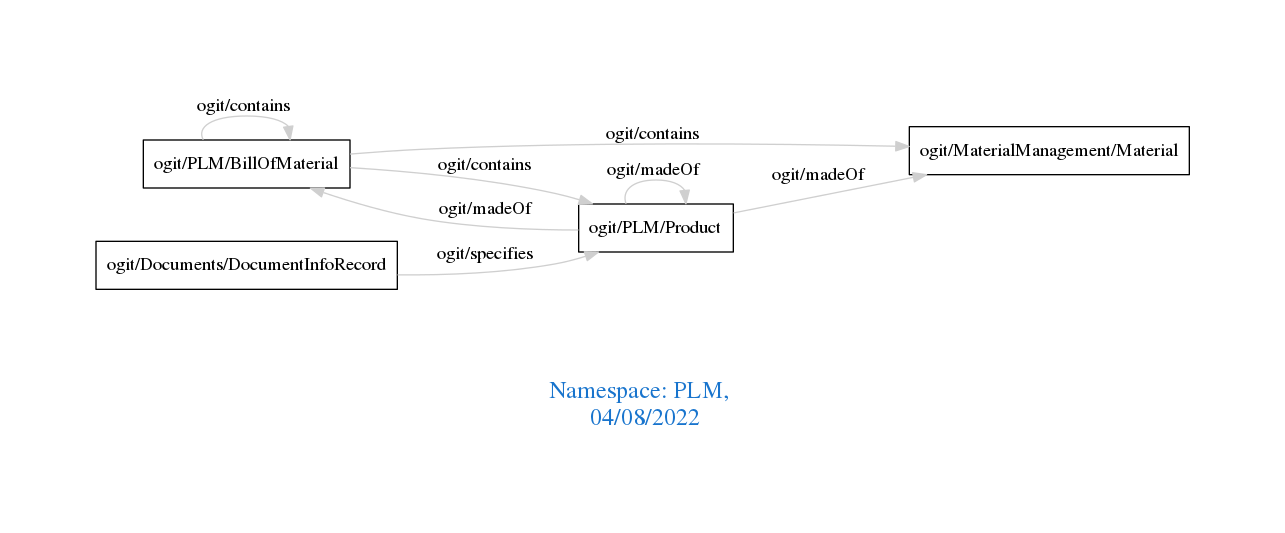
Above: downloads/PLM.png in arago/OGIT (Graphviz), before the change. Its source is kept beside it as downloads/PLM.dot.
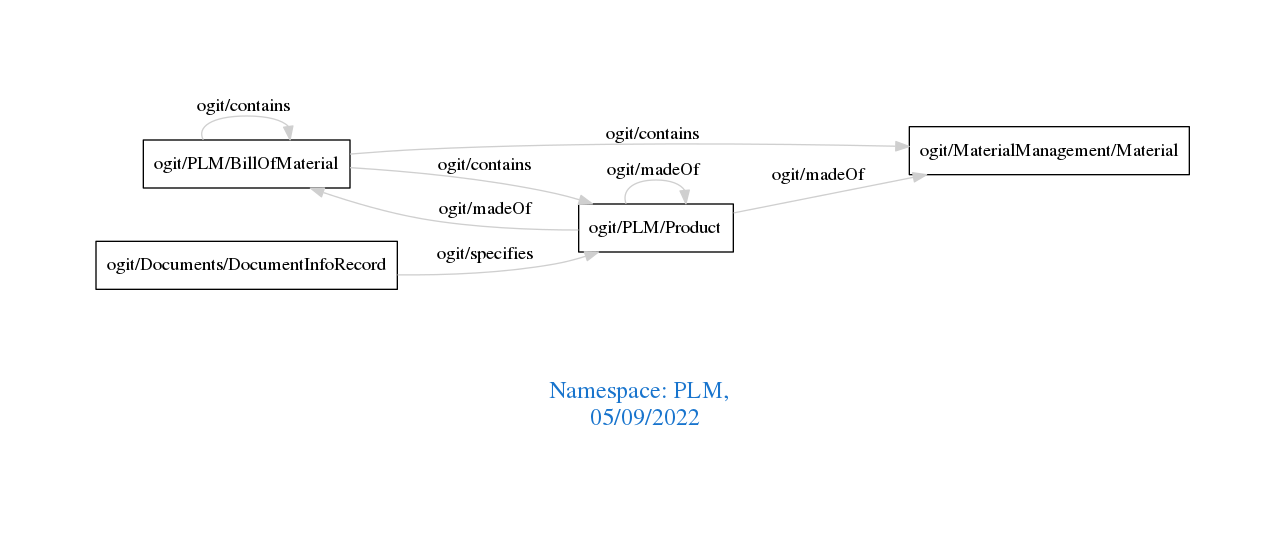
Later version of the same file.

Change to the diagram source:
```diff
@@ -1,7 +1,7 @@
 digraph OGIT_ontology {
  graph [ rankdir= LR,pad=1
 fontsize = 18,
-fontcolor= dodgerblue3,label = "\n\n\nNamespace: PLM, \n 04/08/2022"];
+fontcolor= dodgerblue3,label = "\n\n\nNamespace: PLM, \n 05/09/2022"];
 node[shape=polygon];
 edge [  color="gray81"];
 
```
